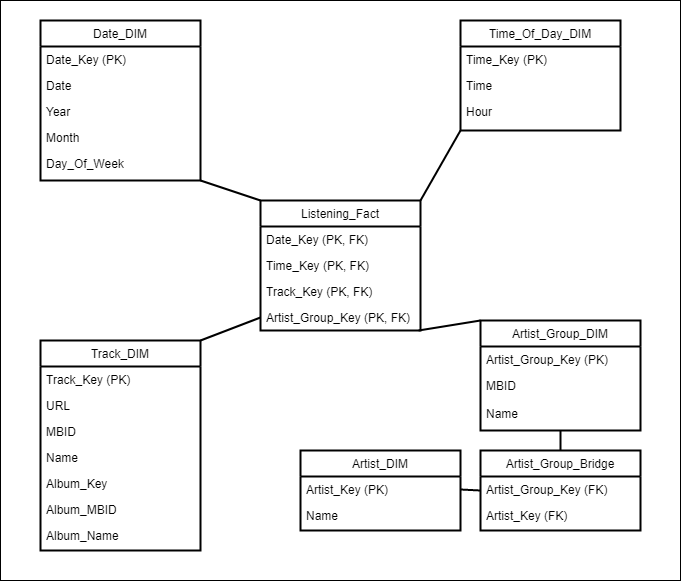
The draw.io diagram images/Data_Model.png in ml3hu/Last.fm-ETL, before a commit. Source tidied: cells renumbered, new cells last; positions are measured from the earlier drawing's top-left corner, leaving out a move shared by most shapes.
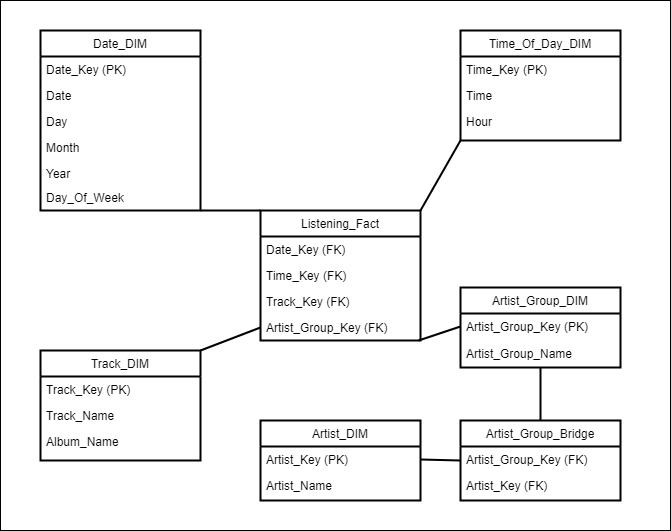
After the commit.

Diff of the diagram source:
```diff
@@ -3,28 +3,28 @@
     <mxCell id="0" />
     <mxCell id="1" parent="0" />
     <mxCell id="2" style="whiteSpace=wrap;html=1;" parent="1" vertex="1">
-      <mxGeometry width="680" height="580" as="geometry" />
+      <mxGeometry y="-10" width="670" height="530" as="geometry" />
     </mxCell>
     <mxCell id="3" value="Listening_Fact" style="swimlane;fontStyle=0;align=center;verticalAlign=top;horizontal=1;startSize=26;rounded=0;shadow=0;strokeWidth=2;" parent="1" vertex="1">
       <mxGeometry x="260" y="200" width="160" height="130" as="geometry" />
     </mxCell>
-    <mxCell id="4" value="Date_Key (PK, FK)" style="text;align=left;verticalAlign=top;spacingLeft=4;spacingRight=4;overflow=hidden;" parent="3" vertex="1">
+    <mxCell id="4" value="Date_Key (FK)" style="text;align=left;verticalAlign=top;spacingLeft=4;spacingRight=4;overflow=hidden;" parent="3" vertex="1">
       <mxGeometry y="26" width="160" height="26" as="geometry" />
     </mxCell>
-    <mxCell id="5" value="Time_Key (PK, FK)" style="text;align=left;verticalAlign=top;spacingLeft=4;spacingRight=4;overflow=hidden;rounded=0;shadow=0;html=0;" parent="3" vertex="1">
+    <mxCell id="5" value="Time_Key (FK)" style="text;align=left;verticalAlign=top;spacingLeft=4;spacingRight=4;overflow=hidden;rounded=0;shadow=0;html=0;" parent="3" vertex="1">
       <mxGeometry y="52" width="160" height="26" as="geometry" />
     </mxCell>
-    <mxCell id="6" value="Track_Key (PK, FK)" style="text;align=left;verticalAlign=top;spacingLeft=4;spacingRight=4;overflow=hidden;rounded=0;shadow=0;html=0;" parent="3" vertex="1">
+    <mxCell id="6" value="Track_Key (FK)" style="text;align=left;verticalAlign=top;spacingLeft=4;spacingRight=4;overflow=hidden;rounded=0;shadow=0;html=0;" parent="3" vertex="1">
       <mxGeometry y="78" width="160" height="26" as="geometry" />
     </mxCell>
-    <mxCell id="7" value="Artist_Group_Key (PK, FK)" style="text;align=left;verticalAlign=top;spacingLeft=4;spacingRight=4;overflow=hidden;points=[[0,0.5],[1,0.5]];portConstraint=eastwest;rounded=0;shadow=0;html=0;" parent="3" vertex="1">
+    <mxCell id="7" value="Artist_Group_Key (FK)" style="text;align=left;verticalAlign=top;spacingLeft=4;spacingRight=4;overflow=hidden;points=[[0,0.5],[1,0.5]];portConstraint=eastwest;rounded=0;shadow=0;html=0;" parent="3" vertex="1">
       <mxGeometry y="104" width="160" height="26" as="geometry" />
     </mxCell>
     <mxCell id="8" style="edgeStyle=none;rounded=0;jettySize=auto;html=1;exitX=1;exitY=1;exitDx=0;exitDy=0;entryX=0;entryY=0;entryDx=0;entryDy=0;strokeWidth=2;endArrow=none;endFill=0;" parent="1" edge="1" source="9" target="3">
       <mxGeometry relative="1" as="geometry" />
     </mxCell>
     <mxCell id="9" value="Date_DIM" style="swimlane;fontStyle=0;align=center;verticalAlign=top;horizontal=1;startSize=26;rounded=0;shadow=0;strokeWidth=2;" parent="1" vertex="1">
-      <mxGeometry x="40" y="20" width="160" height="160" as="geometry" />
+      <mxGeometry x="40" y="20" width="160" height="180" as="geometry" />
     </mxCell>
     <mxCell id="10" value="Date_Key (PK)" style="text;align=left;verticalAlign=top;spacingLeft=4;spacingRight=4;overflow=hidden;" parent="9" vertex="1">
       <mxGeometry y="26" width="160" height="26" as="geometry" />
@@ -32,13 +32,13 @@
     <mxCell id="11" value="Date" style="text;align=left;verticalAlign=top;spacingLeft=4;spacingRight=4;overflow=hidden;rounded=0;shadow=0;html=0;" parent="9" vertex="1">
       <mxGeometry y="52" width="160" height="26" as="geometry" />
     </mxCell>
-    <mxCell id="12" value="Year" style="text;align=left;verticalAlign=top;spacingLeft=4;spacingRight=4;overflow=hidden;rounded=0;shadow=0;html=0;" parent="9" vertex="1">
+    <mxCell id="12" value="Day" style="text;align=left;verticalAlign=top;spacingLeft=4;spacingRight=4;overflow=hidden;rounded=0;shadow=0;html=0;" parent="9" vertex="1">
       <mxGeometry y="78" width="160" height="26" as="geometry" />
     </mxCell>
     <mxCell id="13" value="Month" style="text;align=left;verticalAlign=top;spacingLeft=4;spacingRight=4;overflow=hidden;rounded=0;shadow=0;html=0;" parent="9" vertex="1">
       <mxGeometry y="104" width="160" height="26" as="geometry" />
     </mxCell>
-    <mxCell id="14" value="Day_Of_Week" style="text;align=left;verticalAlign=top;spacingLeft=4;spacingRight=4;overflow=hidden;rounded=0;shadow=0;html=0;" parent="9" vertex="1">
+    <mxCell id="14" value="Year" style="text;align=left;verticalAlign=top;spacingLeft=4;spacingRight=4;overflow=hidden;rounded=0;shadow=0;html=0;" parent="9" vertex="1">
       <mxGeometry y="130" width="160" height="26" as="geometry" />
     </mxCell>
     <mxCell id="15" style="edgeStyle=none;rounded=0;jettySize=auto;html=1;exitX=0;exitY=1;exitDx=0;exitDy=0;entryX=1;entryY=0;entryDx=0;entryDy=0;strokeWidth=2;endArrow=none;endFill=0;" parent="1" edge="1" source="16" target="3">
@@ -60,34 +60,22 @@
       <mxGeometry relative="1" as="geometry" />
     </mxCell>
     <mxCell id="21" value="Track_DIM" style="swimlane;fontStyle=0;align=center;verticalAlign=top;horizontal=1;startSize=26;rounded=0;shadow=0;strokeWidth=2;" parent="1" vertex="1">
-      <mxGeometry x="40" y="340" width="160" height="210" as="geometry" />
+      <mxGeometry x="40" y="340" width="160" height="110" as="geometry" />
     </mxCell>
     <mxCell id="22" value="Track_Key (PK)" style="text;align=left;verticalAlign=top;spacingLeft=4;spacingRight=4;overflow=hidden;" parent="21" vertex="1">
       <mxGeometry y="26" width="160" height="26" as="geometry" />
     </mxCell>
-    <mxCell id="23" value="URL" style="text;align=left;verticalAlign=top;spacingLeft=4;spacingRight=4;overflow=hidden;rounded=0;shadow=0;html=0;" parent="21" vertex="1">
-      <mxGeometry y="52" width="160" height="26" as="geometry" />
-    </mxCell>
-    <mxCell id="24" value="MBID" style="text;align=left;verticalAlign=top;spacingLeft=4;spacingRight=4;overflow=hidden;rounded=0;shadow=0;html=0;" parent="21" vertex="1">
-      <mxGeometry y="78" width="160" height="26" as="geometry" />
-    </mxCell>
-    <mxCell id="25" value="Name" style="text;align=left;verticalAlign=top;spacingLeft=4;spacingRight=4;overflow=hidden;rounded=0;shadow=0;html=0;" parent="21" vertex="1">
-      <mxGeometry y="104" width="160" height="26" as="geometry" />
+    <mxCell id="25" value="Track_Name" style="text;align=left;verticalAlign=top;spacingLeft=4;spacingRight=4;overflow=hidden;rounded=0;shadow=0;html=0;" parent="21" vertex="1">
+      <mxGeometry y="52" width="160" height="26" as="geometry" />
     </mxCell>
-    <mxCell id="26" value="Album_Key" style="text;align=left;verticalAlign=top;spacingLeft=4;spacingRight=4;overflow=hidden;rounded=0;shadow=0;html=0;" parent="21" vertex="1">
-      <mxGeometry y="130" width="160" height="26" as="geometry" />
-    </mxCell>
-    <mxCell id="27" value="Album_MBID" style="text;align=left;verticalAlign=top;spacingLeft=4;spacingRight=4;overflow=hidden;rounded=0;shadow=0;html=0;" parent="21" vertex="1">
-      <mxGeometry y="156" width="160" height="26" as="geometry" />
-    </mxCell>
     <mxCell id="28" value="Album_Name" style="text;align=left;verticalAlign=top;spacingLeft=4;spacingRight=4;overflow=hidden;rounded=0;shadow=0;html=0;" parent="21" vertex="1">
-      <mxGeometry y="182" width="160" height="26" as="geometry" />
+      <mxGeometry y="78" width="160" height="26" as="geometry" />
     </mxCell>
     <mxCell id="29" style="edgeStyle=none;rounded=0;jettySize=auto;html=1;exitX=0.5;exitY=0;exitDx=0;exitDy=0;entryX=0.5;entryY=1;entryDx=0;entryDy=0;strokeWidth=2;endArrow=none;endFill=0;" parent="1" edge="1" source="30" target="37">
       <mxGeometry relative="1" as="geometry" />
     </mxCell>
     <mxCell id="30" value="Artist_Group_Bridge" style="swimlane;fontStyle=0;align=center;verticalAlign=top;horizontal=1;startSize=26;rounded=0;shadow=0;strokeWidth=2;" parent="1" vertex="1">
-      <mxGeometry x="480" y="450" width="160" height="80" as="geometry" />
+      <mxGeometry x="460" y="410" width="160" height="80" as="geometry" />
     </mxCell>
     <mxCell id="31" value="Artist_Group_Key (FK)" style="text;align=left;verticalAlign=top;spacingLeft=4;spacingRight=4;overflow=hidden;" parent="30" vertex="1">
       <mxGeometry y="26" width="160" height="26" as="geometry" />
@@ -96,31 +84,31 @@
       <mxGeometry y="52" width="160" height="26" as="geometry" />
     </mxCell>
     <mxCell id="33" value="Artist_DIM" style="swimlane;fontStyle=0;align=center;verticalAlign=top;horizontal=1;startSize=26;rounded=0;shadow=0;strokeWidth=2;" parent="1" vertex="1">
-      <mxGeometry x="300" y="450" width="160" height="80" as="geometry" />
+      <mxGeometry x="260" y="410" width="160" height="80" as="geometry" />
     </mxCell>
     <mxCell id="34" value="Artist_Key (PK)" style="text;align=left;verticalAlign=top;spacingLeft=4;spacingRight=4;overflow=hidden;points=[[0,0.5],[1,0.5]];portConstraint=eastwest;" parent="33" vertex="1">
       <mxGeometry y="26" width="160" height="26" as="geometry" />
     </mxCell>
-    <mxCell id="35" value="Name" style="text;align=left;verticalAlign=top;spacingLeft=4;spacingRight=4;overflow=hidden;rounded=0;shadow=0;html=0;" parent="33" vertex="1">
+    <mxCell id="35" value="Artist_Name" style="text;align=left;verticalAlign=top;spacingLeft=4;spacingRight=4;overflow=hidden;rounded=0;shadow=0;html=0;" parent="33" vertex="1">
       <mxGeometry y="52" width="160" height="26" as="geometry" />
     </mxCell>
-    <mxCell id="36" style="edgeStyle=none;rounded=0;jettySize=auto;html=1;exitX=0;exitY=0;exitDx=0;exitDy=0;entryX=0.988;entryY=1;entryDx=0;entryDy=0;entryPerimeter=0;strokeWidth=2;endArrow=none;endFill=0;" parent="1" edge="1" source="37" target="7">
+    <mxCell id="36" style="edgeStyle=none;rounded=0;jettySize=auto;html=1;exitX=0;exitY=0.5;exitDx=0;exitDy=0;entryX=0.988;entryY=1;entryDx=0;entryDy=0;entryPerimeter=0;strokeWidth=2;endArrow=none;endFill=0;" parent="1" edge="1" source="38" target="7">
       <mxGeometry relative="1" as="geometry" />
     </mxCell>
     <mxCell id="37" value="Artist_Group_DIM" style="swimlane;fontStyle=0;align=center;verticalAlign=top;horizontal=1;startSize=26;rounded=0;shadow=0;strokeWidth=2;" parent="1" vertex="1">
-      <mxGeometry x="480" y="320" width="160" height="110" as="geometry" />
+      <mxGeometry x="460" y="277" width="160" height="80" as="geometry" />
     </mxCell>
     <mxCell id="38" value="Artist_Group_Key (PK)" style="text;align=left;verticalAlign=top;spacingLeft=4;spacingRight=4;overflow=hidden;points=[[0,0.5],[1,0.5]];portConstraint=eastwest;" parent="37" vertex="1">
       <mxGeometry y="26" width="160" height="26" as="geometry" />
     </mxCell>
-    <mxCell id="39" value="MBID" style="text;align=left;verticalAlign=top;spacingLeft=4;spacingRight=4;overflow=hidden;rounded=0;shadow=0;html=0;" parent="37" vertex="1">
-      <mxGeometry y="52" width="160" height="26" as="geometry" />
-    </mxCell>
     <mxCell id="40" style="edgeStyle=none;rounded=0;jettySize=auto;html=1;exitX=1;exitY=0.5;exitDx=0;exitDy=0;entryX=0;entryY=0.5;entryDx=0;entryDy=0;strokeWidth=2;endArrow=none;endFill=0;" parent="1" edge="1" source="34" target="30">
       <mxGeometry relative="1" as="geometry" />
     </mxCell>
-    <mxCell id="41" value="Name" style="text;align=left;verticalAlign=top;spacingLeft=4;spacingRight=4;overflow=hidden;rounded=0;shadow=0;html=0;" parent="1" vertex="1">
-      <mxGeometry x="480" y="400" width="160" height="26" as="geometry" />
+    <mxCell id="41" value="Artist_Group_Name" style="text;align=left;verticalAlign=top;spacingLeft=4;spacingRight=4;overflow=hidden;rounded=0;shadow=0;html=0;" parent="1" vertex="1">
+      <mxGeometry x="460" y="330" width="160" height="26" as="geometry" />
     </mxCell>
+    <mxCell id="42" value="Day_Of_Week" style="text;align=left;verticalAlign=top;spacingLeft=4;spacingRight=4;overflow=hidden;rounded=0;shadow=0;html=0;" parent="1" vertex="1">
+      <mxGeometry x="40" y="174" width="160" height="26" as="geometry" />
+    </mxCell>
   </root>
 </mxGraphModel>
```
